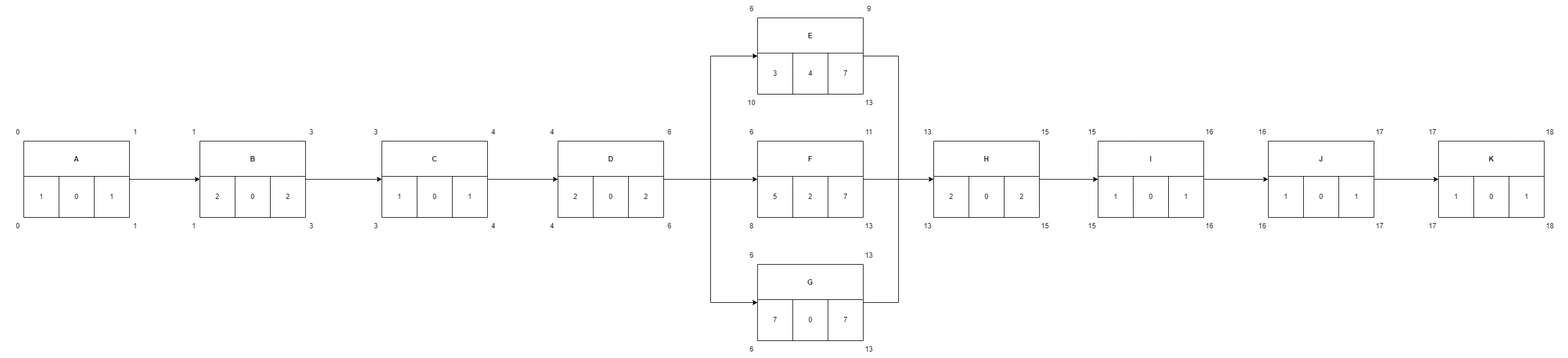
The draw.io diagram maier_tobias/NetzplanAufgabeTM.drawio.png in andreasweberd/2024_F2ab, before a commit. Source tidied: cells renumbered, new cells last; positions are measured from the earlier drawing's top-left corner, leaving out a move shared by most shapes.
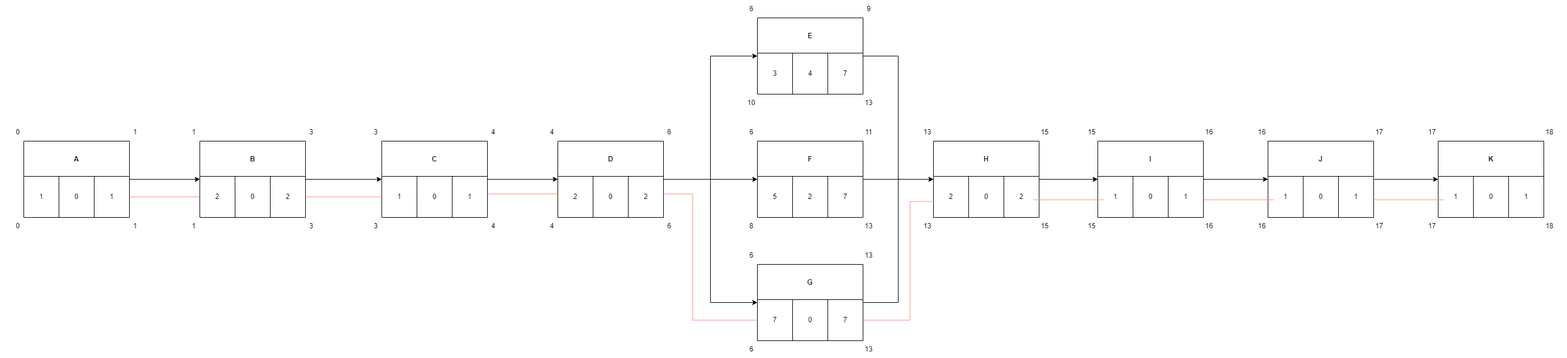
After the commit.

Commit message:
kritischer pfad

Diff of the diagram source:
```diff
@@ -476,5 +476,52 @@
     <mxCell id="123" value="17" style="text;html=1;align=center;verticalAlign=middle;whiteSpace=wrap;rounded=0;" parent="1" vertex="1">
       <mxGeometry x="2410" y="370" width="60" height="30" as="geometry" />
     </mxCell>
+    <mxCell id="124" style="endArrow=none;html=1;rounded=0;strokeColor=#FF9382;entryX=0;entryY=0.5;entryDx=0;entryDy=0;exitX=1;exitY=0.5;exitDx=0;exitDy=0;" parent="1" edge="1" source="6" target="14">
+      <mxGeometry relative="1" as="geometry" />
+    </mxCell>
+    <mxCell id="125" style="endArrow=none;html=1;rounded=0;strokeColor=#FF9382;entryX=0;entryY=0.5;entryDx=0;entryDy=0;exitX=1;exitY=0.5;exitDx=0;exitDy=0;" parent="1" edge="1" source="16" target="25">
+      <mxGeometry relative="1" as="geometry" />
+    </mxCell>
+    <mxCell id="126" style="endArrow=none;html=1;rounded=0;strokeColor=#FF9382;exitX=1;exitY=0.5;exitDx=0;exitDy=0;" parent="1" edge="1">
+      <mxGeometry relative="1" as="geometry">
+        <mxPoint x="830" y="330" as="sourcePoint" />
+        <mxPoint x="950" y="330" as="targetPoint" />
+      </mxGeometry>
+    </mxCell>
+    <mxCell id="127" style="endArrow=none;html=1;rounded=0;strokeColor=#FF9382;exitX=1;exitY=0.5;exitDx=0;exitDy=0;entryX=0;entryY=0.5;entryDx=0;entryDy=0;" parent="1" edge="1" target="67">
+      <mxGeometry relative="1" as="geometry">
+        <mxPoint x="1130" y="330" as="sourcePoint" />
+        <Array as="points">
+          <mxPoint x="1180" y="330" />
+          <mxPoint x="1180" y="545" />
+        </Array>
+      </mxGeometry>
+    </mxCell>
+    <mxCell id="128" style="endArrow=none;html=1;rounded=0;strokeColor=#FF9382;exitX=0;exitY=0.75;exitDx=0;exitDy=0;entryX=1;entryY=0.5;entryDx=0;entryDy=0;" parent="1" edge="1" source="81" target="69">
+      <mxGeometry relative="1" as="geometry">
+        <Array as="points">
+          <mxPoint x="1550" y="343" />
+          <mxPoint x="1550" y="545" />
+        </Array>
+      </mxGeometry>
+    </mxCell>
+    <mxCell id="129" style="endArrow=none;html=1;rounded=0;strokeColor=#FF9382;exitX=1;exitY=0.5;exitDx=0;exitDy=0;" parent="1" edge="1">
+      <mxGeometry relative="1" as="geometry">
+        <mxPoint x="1760" y="340" as="sourcePoint" />
+        <mxPoint x="1880" y="340" as="targetPoint" />
+      </mxGeometry>
+    </mxCell>
+    <mxCell id="130" style="endArrow=none;html=1;rounded=0;strokeColor=#FF9382;exitX=1;exitY=0.5;exitDx=0;exitDy=0;" parent="1" edge="1">
+      <mxGeometry relative="1" as="geometry">
+        <mxPoint x="2050" y="340" as="sourcePoint" />
+        <mxPoint x="2170" y="340" as="targetPoint" />
+      </mxGeometry>
+    </mxCell>
+    <mxCell id="131" style="endArrow=none;html=1;rounded=0;strokeColor=#FF9382;exitX=1;exitY=0.5;exitDx=0;exitDy=0;" parent="1" edge="1">
+      <mxGeometry relative="1" as="geometry">
+        <mxPoint x="2340" y="340" as="sourcePoint" />
+        <mxPoint x="2460" y="340" as="targetPoint" />
+      </mxGeometry>
+    </mxCell>
   </root>
 </mxGraphModel>
```
